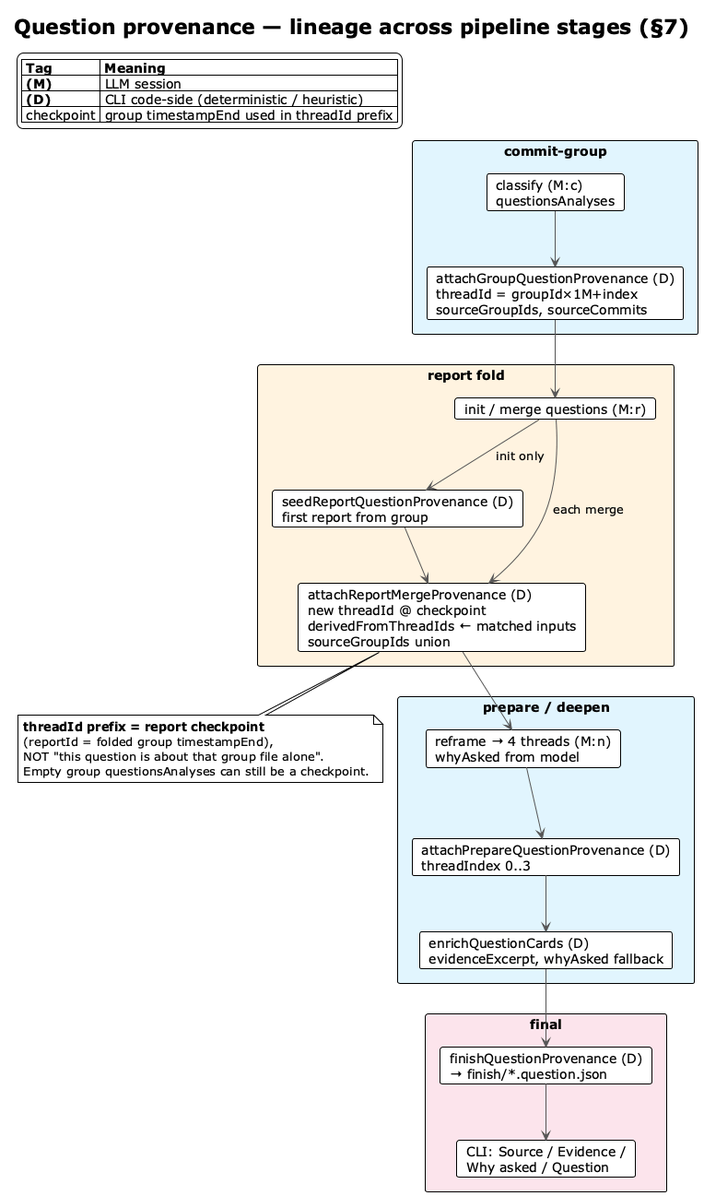
Above: img/question-provenance-lineage.png in vzakharchenko/dev-workgraph (PlantUML), before the change.
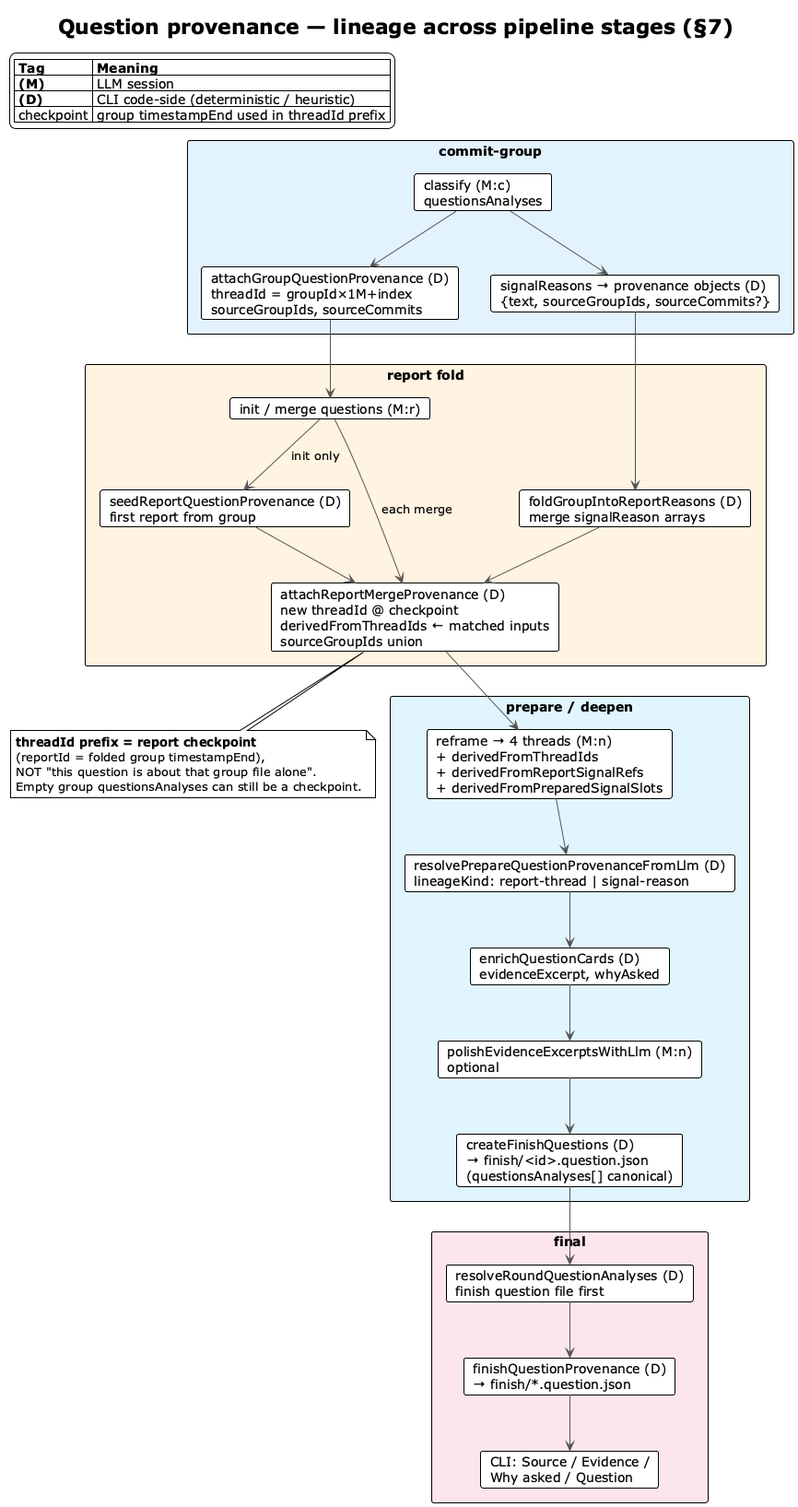
Above is the later version.

The edit, as a diff of the source:
```diff
@@ -15,34 +15,45 @@
 rectangle "**commit-group**" #E3F2FD {
   card "classify (M:c)\nquestionsAnalyses" as CG
   card "attachGroupQuestionProvenance (D)\nthreadId = groupId×1M+index\nsourceGroupIds, sourceCommits" as CGP
+  card "signalReasons → provenance objects (D)\n{text, sourceGroupIds, sourceCommits?}" as CGS
 }
 
 rectangle "**report fold**" #FFF3E0 {
   card "init / merge questions (M:r)" as RM
   card "seedReportQuestionProvenance (D)\nfirst report from group" as RS
+  card "foldGroupIntoReportReasons (D)\nmerge signalReason arrays" as RSR
   card "attachReportMergeProvenance (D)\nnew threadId @ checkpoint\nderivedFromThreadIds ← matched inputs\nsourceGroupIds union" as RMP
 }
 
 rectangle "**prepare / deepen**" #E1F5FE {
-  card "reframe → 4 threads (M:n)\nwhyAsked from model" as PR
-  card "attachPrepareQuestionProvenance (D)\nthreadIndex 0..3" as PP
-  card "enrichQuestionCards (D)\nevidenceExcerpt, whyAsked fallback" as QC
+  card "reframe → 4 threads (M:n)\n+ derivedFromThreadIds\n+ derivedFromReportSignalRefs\n+ derivedFromPreparedSignalSlots" as PR
+  card "resolvePrepareQuestionProvenanceFromLlm (D)\nlineageKind: report-thread | signal-reason" as PP
+  card "enrichQuestionCards (D)\nevidenceExcerpt, whyAsked" as QC
+  card "polishEvidenceExcerptsWithLlm (M:n)\noptional" as POL
+  card "createFinishQuestions (D)\n→ finish/<id>.question.json\n(questionsAnalyses[] canonical)" as WFQ
 }
 
 rectangle "**final**" #FCE4EC {
+  card "resolveRoundQuestionAnalyses (D)\nfinish question file first" as LOAD
   card "finishQuestionProvenance (D)\n→ finish/*.question.json" as FQ
   card "CLI: Source / Evidence /\nWhy asked / Question" as CLI
 }
 
 CG --> CGP
+CG --> CGS
 CGP --> RM
+CGS --> RSR
 RM --> RS : init only
 RM --> RMP : each merge
 RS --> RMP
+RSR --> RMP
 RMP --> PR
 PR --> PP
 PP --> QC
-QC --> FQ
+QC --> POL
+POL --> WFQ
+WFQ --> LOAD
+LOAD --> FQ
 FQ --> CLI
 
 note bottom of RMP
```
